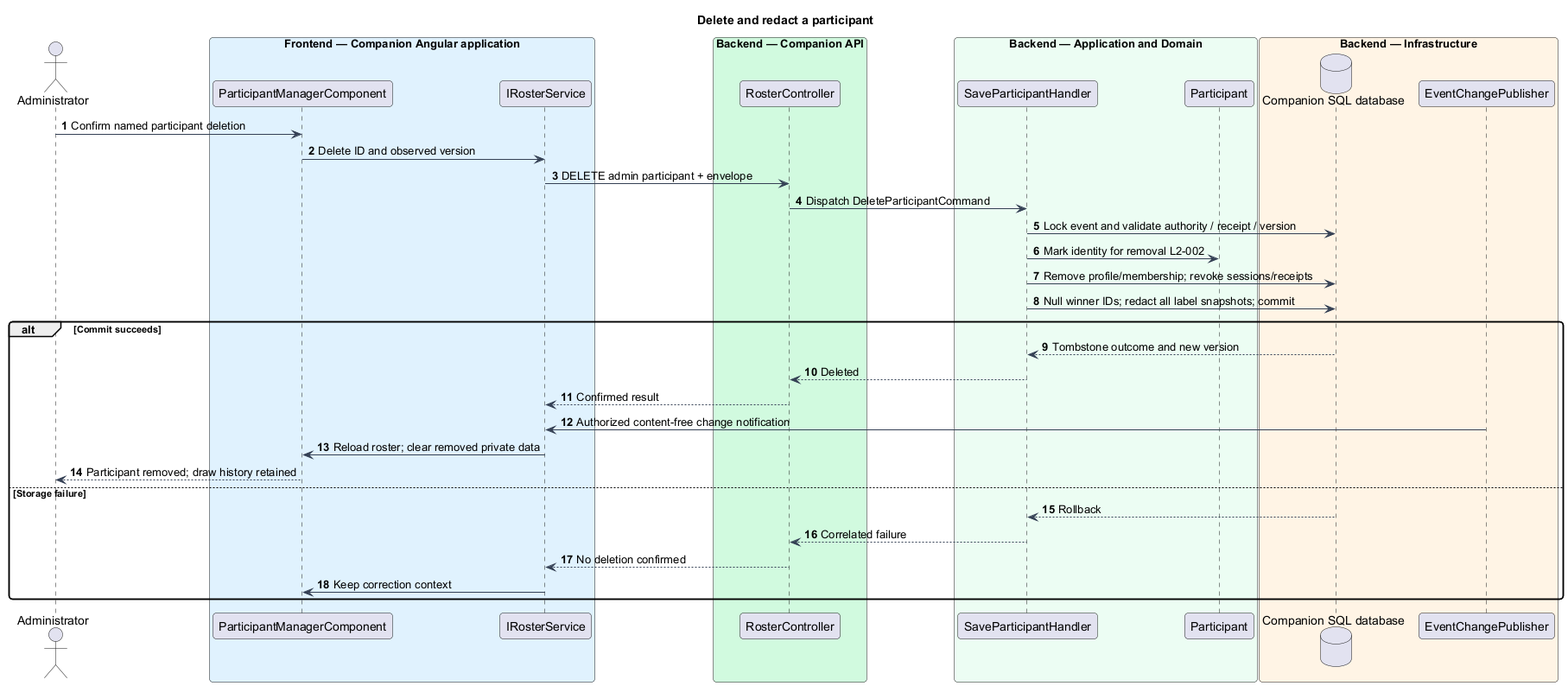
Earlier version of the PlantUML export docs/detailed-designs/participants/administer-participants/diagrams/sequence-delete.png (QuinntyneBrown/faithtech-toronto-ai-build-event). Source of this version:
```plantuml
@startuml
skinparam backgroundColor #FFFFFF
skinparam shadowing false
skinparam defaultFontName Arial
skinparam ArrowColor #344054
skinparam roundcorner 8
autonumber
title Delete and redact a participant
actor "Administrator" as actor
box "Frontend — Companion Angular application" #E0F2FE
participant "ParticipantManagerComponent" as page
participant "IRosterService" as client
end box
box "Backend — Companion API" #D1FADF
participant "RosterController" as controller
end box
box "Backend — Application and Domain" #ECFDF3
participant "SaveParticipantHandler" as handler
participant "Participant" as entity
end box
box "Backend — Infrastructure" #FFF4E5
database "Companion SQL database" as db
participant "EventChangePublisher" as push
end box
actor -> page : Confirm named participant deletion
page -> client : Delete ID and observed version
client -> controller : DELETE admin participant + envelope
controller -> handler : Dispatch DeleteParticipantCommand
handler -> db : Lock event and validate authority / receipt / version
handler -> entity : Mark identity for removal L2-002
handler -> db : Remove profile/membership; revoke sessions/receipts
handler -> db : Null winner IDs; redact all label snapshots; commit
alt Commit succeeds
 db --> handler : Tombstone outcome and new version
 handler --> controller : Deleted
 controller --> client : Confirmed result
 push -> client : Authorized content-free change notification
 client -> page : Reload roster; clear removed private data
 page --> actor : Participant removed; draw history retained
else Storage failure
 db --> handler : Rollback
 handler --> controller : Correlated failure
 controller --> client : No deletion confirmed
 client -> page : Keep correction context
end
@enduml
```
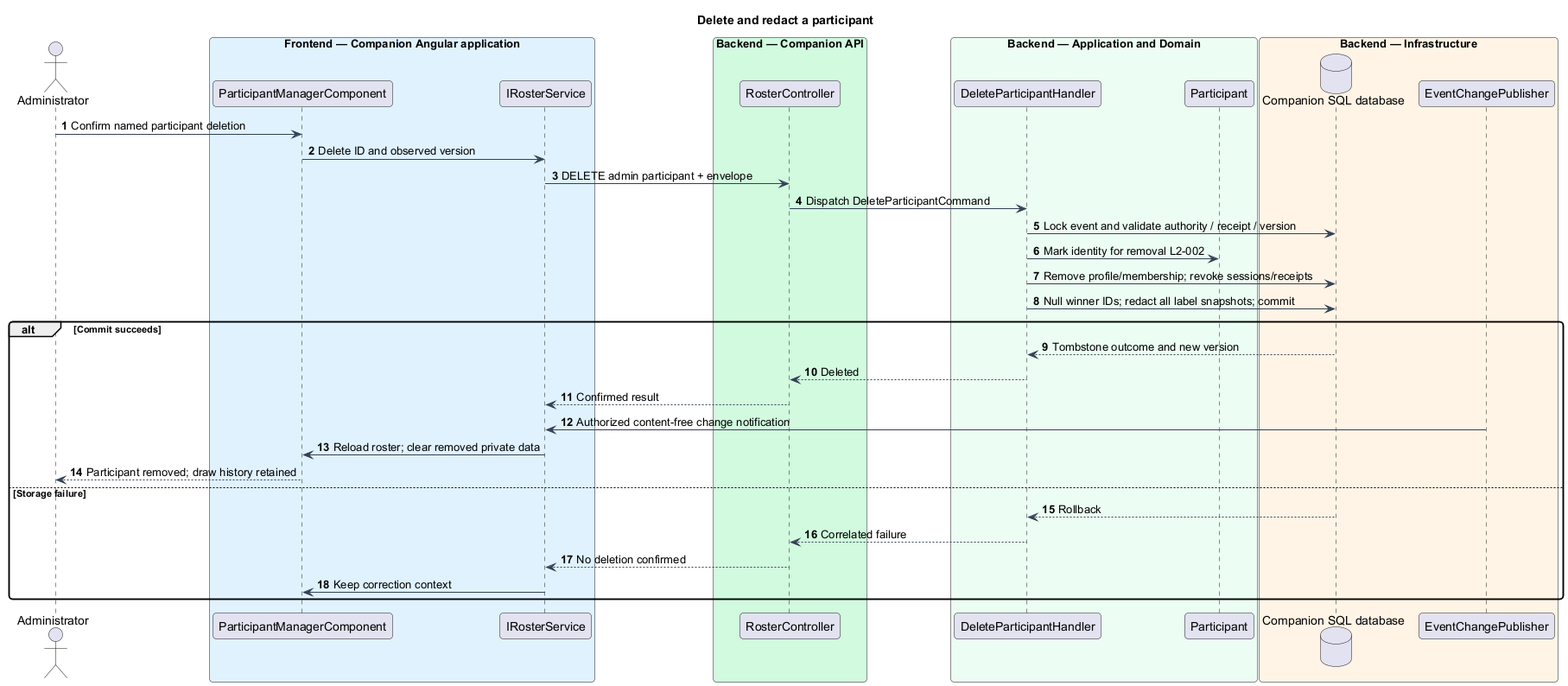
The same file after the commit.

Diff of the diagram source:
```diff
@@ -15,7 +15,7 @@
 participant "RosterController" as controller
 end box
 box "Backend — Application and Domain" #ECFDF3
-participant "SaveParticipantHandler" as handler
+participant "DeleteParticipantHandler" as handler
 participant "Participant" as entity
 end box
 box "Backend — Infrastructure" #FFF4E5
```
